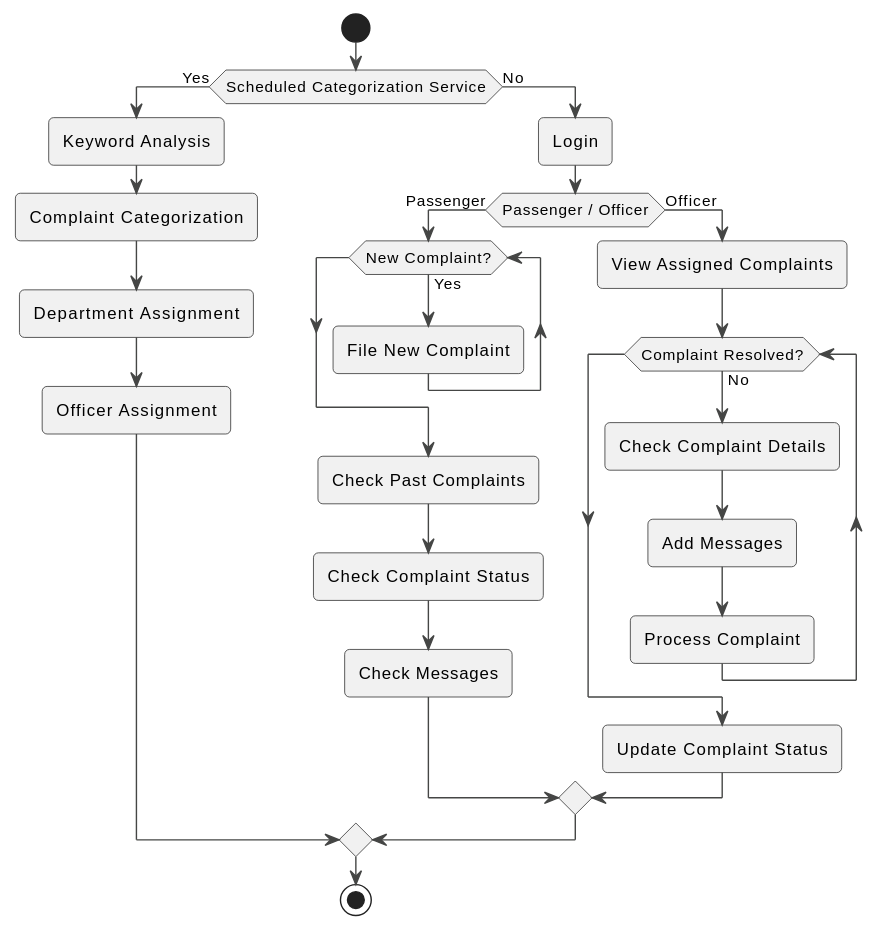
Before: uml/activity/activity.svg, a diagram exported from PlantUML (Anikate-De/rail-madad). The source it was exported from:
```plantuml
@startuml
!theme vibrant
start
if (Scheduled Categorization Service) then (Yes)
    :Keyword Analysis;
    :Complaint Categorization;
    :Department Assignment;
    :Officer Assignment;
else (No)
  :Login;
if (Passenger / Officer) then (Passenger)
  while (New Complaint?) is (Yes)
    :File New Complaint;
  endwhile
  :Check Past Complaints;
  :Check Complaint Status;
  :Check Messages;
else (Officer)
  :View Assigned Complaints;
  while (Complaint Resolved?) is (No)
    :Check Complaint Details;
    :Add Messages;
    :Process Complaint;
  endwhile
  :Update Complaint Status;
  endif
endif
stop
@enduml
```
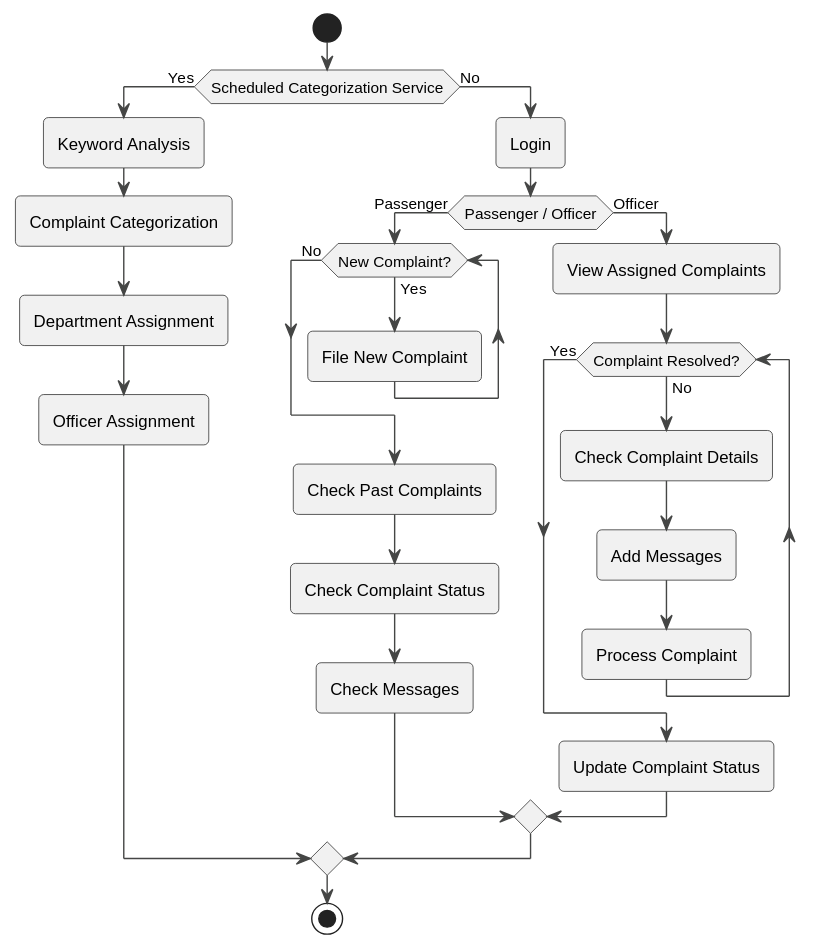
The same file after the commit.

Commit message:
add state diagram

What changed in the source:
```diff
@@ -11,7 +11,7 @@
 if (Passenger / Officer) then (Passenger)
   while (New Complaint?) is (Yes)
     :File New Complaint;
-  endwhile
+  endwhile (No)
   :Check Past Complaints;
   :Check Complaint Status;
   :Check Messages;
@@ -21,7 +21,7 @@
     :Check Complaint Details;
     :Add Messages;
     :Process Complaint;
-  endwhile
+  endwhile (Yes)
   :Update Complaint Status;
   endif
 endif
```
